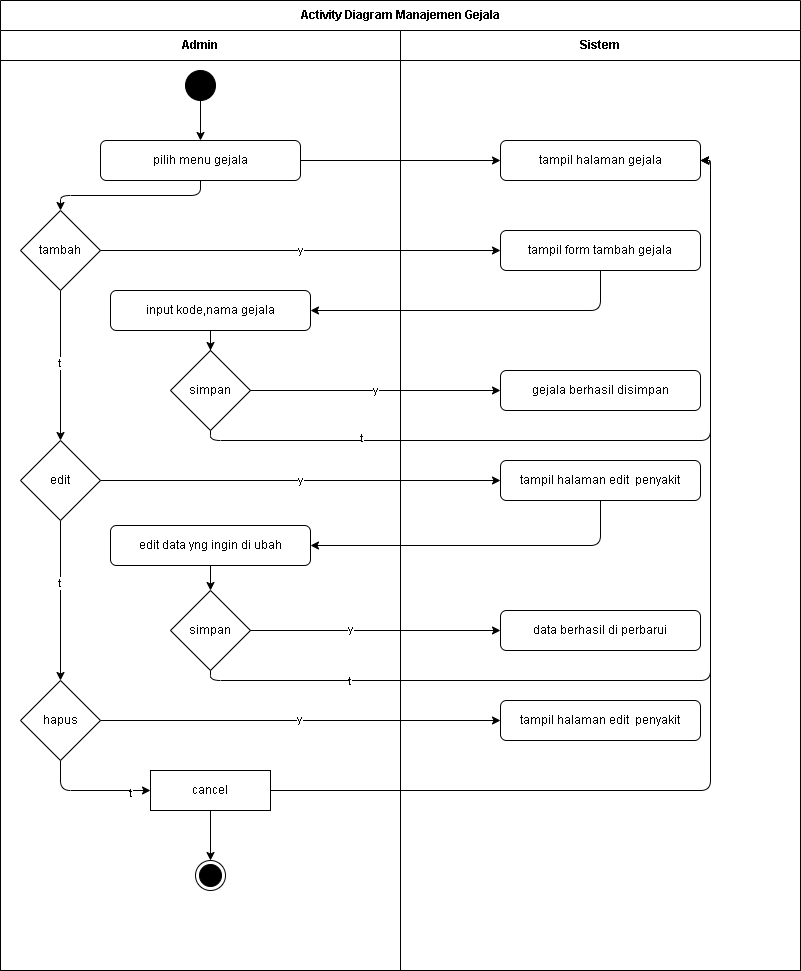
Above: diagram/Activity/admin_gejala.png in Jinsky/Jinsky (draw.io), before the change. Source tidied: cells renumbered, new cells last; positions are measured from the earlier drawing's top-left corner, leaving out a move shared by most shapes.
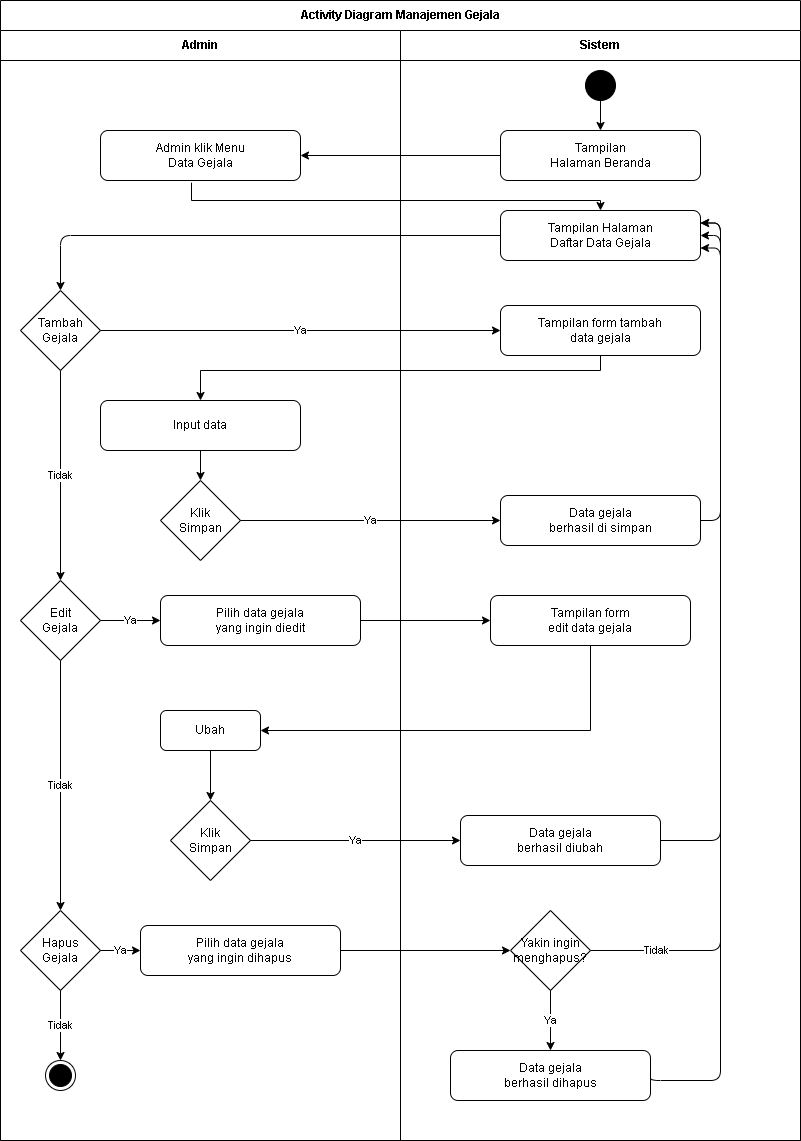
After the commit.

The edit, as a diff of the source:
```diff
@@ -2,161 +2,181 @@
   <root>
     <mxCell id="0" />
     <mxCell id="1" parent="0" />
-    <mxCell id="2" value="Activity Diagram Manajemen Gejala" style="swimlane;html=1;horizontal=1;startSize=30;whiteSpace=wrap;" parent="1" vertex="1">
-      <mxGeometry width="800" height="970" as="geometry" />
+    <mxCell id="2" value="Activity Diagram Manajemen Gejala" style="swimlane;html=1;horizontal=1;startSize=30;whiteSpace=wrap;fillColor=#ffffff;strokeColor=#000000;" parent="1" vertex="1">
+      <mxGeometry width="800" height="1140" as="geometry" />
     </mxCell>
-    <mxCell id="3" value="Admin" style="swimlane;html=1;startSize=30;whiteSpace=wrap;" parent="2" vertex="1">
-      <mxGeometry y="30" width="400" height="940" as="geometry" />
+    <mxCell id="3" value="Admin" style="swimlane;html=1;startSize=30;whiteSpace=wrap;fillColor=#ffffff;strokeColor=#000000;" parent="2" vertex="1">
+      <mxGeometry y="30" width="400" height="1110" as="geometry" />
     </mxCell>
-    <mxCell id="4" style="ellipse;whiteSpace=wrap;html=1;fillColor=#000000;" parent="3" vertex="1">
-      <mxGeometry x="185" y="40" width="30" height="30" as="geometry" />
-    </mxCell>
-    <mxCell id="5" value="pilih menu gejala" style="rounded=1;whiteSpace=wrap;html=1;" parent="3" vertex="1">
-      <mxGeometry x="100" y="110" width="200" height="40" as="geometry" />
-    </mxCell>
-    <mxCell id="6" style="edgeStyle=orthogonalEdgeStyle;html=1;entryX=0.5;entryY=0;entryDx=0;entryDy=0;exitX=0.5;exitY=1;exitDx=0;exitDy=0;" parent="3" edge="1" source="5" target="9">
-      <mxGeometry relative="1" as="geometry" />
-    </mxCell>
-    <mxCell id="7" style="edgeStyle=none;html=1;entryX=0.5;entryY=0;entryDx=0;entryDy=0;" parent="3" edge="1" source="9" target="14">
-      <mxGeometry relative="1" as="geometry" />
-    </mxCell>
-    <mxCell id="8" value="t" style="edgeLabel;html=1;align=center;verticalAlign=middle;" parent="7" vertex="1">
-      <mxGeometry x="-0.03" y="-1" relative="1" as="geometry" />
-    </mxCell>
+    <mxCell id="48" value="Admin klik Menu&#10;Data Gejala" style="rounded=1;whiteSpace=wrap;html=1;fillColor=#ffffff;strokeColor=#000000;" parent="3" vertex="1">
+      <mxGeometry x="100" y="100" width="200" height="50" as="geometry" />
+    </mxCell>
-    <mxCell id="9" value="tambah" style="rhombus;whiteSpace=wrap;html=1;" parent="3" vertex="1">
-      <mxGeometry x="20" y="180" width="80" height="80" as="geometry" />
+    <mxCell id="9" value="Tambah&#10;Gejala" style="rhombus;whiteSpace=wrap;html=1;fillColor=#ffffff;strokeColor=#000000;" parent="3" vertex="1">
+      <mxGeometry x="20" y="260" width="80" height="80" as="geometry" />
     </mxCell>
-    <mxCell id="10" value="input kode,nama gejala" style="rounded=1;whiteSpace=wrap;html=1;" parent="3" vertex="1">
-      <mxGeometry x="110" y="260" width="200" height="40" as="geometry" />
+    <mxCell id="10" value="Input data" style="rounded=1;whiteSpace=wrap;html=1;fillColor=#ffffff;strokeColor=#000000;" parent="3" vertex="1">
+      <mxGeometry x="100" y="370" width="200" height="50" as="geometry" />
     </mxCell>
-    <mxCell id="11" value="simpan" style="rhombus;whiteSpace=wrap;html=1;" parent="3" vertex="1">
-      <mxGeometry x="170" y="320" width="80" height="80" as="geometry" />
-    </mxCell>
-    <mxCell id="12" style="edgeStyle=none;html=1;entryX=0.5;entryY=0;entryDx=0;entryDy=0;" parent="3" edge="1" source="14" target="21">
-      <mxGeometry relative="1" as="geometry" />
-    </mxCell>
-    <mxCell id="13" value="t" style="edgeLabel;html=1;align=center;verticalAlign=middle;" parent="12" vertex="1">
-      <mxGeometry x="-0.22" y="-1" relative="1" as="geometry" />
-    </mxCell>
+    <mxCell id="49" value="Klik&#10;Simpan" style="rhombus;whiteSpace=wrap;html=1;fillColor=#ffffff;strokeColor=#000000;" parent="3" vertex="1">
+      <mxGeometry x="160" y="450" width="80" height="80" as="geometry" />
+    </mxCell>
+    <mxCell id="50" value="Edit&#10;Gejala" style="rhombus;whiteSpace=wrap;html=1;fillColor=#ffffff;strokeColor=#000000;" parent="3" vertex="1">
+      <mxGeometry x="20" y="550" width="80" height="80" as="geometry" />
+    </mxCell>
+    <mxCell id="51" value="Pilih data gejala&#10;yang ingin diedit" style="rounded=1;whiteSpace=wrap;html=1;fillColor=#ffffff;strokeColor=#000000;" parent="3" vertex="1">
+      <mxGeometry x="160" y="565" width="200" height="50" as="geometry" />
+    </mxCell>
+    <mxCell id="52" value="Ubah" style="rounded=1;whiteSpace=wrap;html=1;fillColor=#ffffff;strokeColor=#000000;" parent="3" vertex="1">
+      <mxGeometry x="160" y="680" width="100" height="40" as="geometry" />
+    </mxCell>
+    <mxCell id="53" value="Klik&#10;Simpan" style="rhombus;whiteSpace=wrap;html=1;fillColor=#ffffff;strokeColor=#000000;" parent="3" vertex="1">
+      <mxGeometry x="170" y="770" width="80" height="80" as="geometry" />
+    </mxCell>
-    <mxCell id="14" value="edit" style="rhombus;whiteSpace=wrap;html=1;" parent="3" vertex="1">
-      <mxGeometry x="20" y="410" width="80" height="80" as="geometry" />
+    <mxCell id="14" value="Hapus&#10;Gejala" style="rhombus;whiteSpace=wrap;html=1;fillColor=#ffffff;strokeColor=#000000;" parent="3" vertex="1">
+      <mxGeometry x="20" y="880" width="80" height="80" as="geometry" />
     </mxCell>
+    <mxCell id="54" value="Pilih data gejala&#10;yang ingin dihapus" style="rounded=1;whiteSpace=wrap;html=1;fillColor=#ffffff;strokeColor=#000000;" parent="3" vertex="1">
+      <mxGeometry x="140" y="895" width="200" height="50" as="geometry" />
+    </mxCell>
     <mxCell id="15" style="ellipse;html=1;shape=endState;fillColor=#000000;strokeColor=#000000;" parent="3" vertex="1">
-      <mxGeometry x="195" y="830" width="30" height="30" as="geometry" />
+      <mxGeometry x="45" y="1030" width="30" height="30" as="geometry" />
     </mxCell>
-    <mxCell id="16" value="simpan" style="rhombus;whiteSpace=wrap;html=1;" parent="3" vertex="1">
-      <mxGeometry x="170" y="560" width="80" height="80" as="geometry" />
-    </mxCell>
-    <mxCell id="17" style="edgeStyle=none;html=1;" parent="3" edge="1" source="18" target="16">
-      <mxGeometry relative="1" as="geometry" />
-    </mxCell>
+    <mxCell id="24" value="Sistem" style="swimlane;html=1;startSize=30;whiteSpace=wrap;fillColor=#ffffff;strokeColor=#000000;" parent="2" vertex="1">
+      <mxGeometry x="400" y="30" width="400" height="1110" as="geometry" />
+    </mxCell>
+    <mxCell id="4" style="ellipse;whiteSpace=wrap;html=1;fillColor=#000000;strokeColor=#000000;" parent="24" vertex="1">
+      <mxGeometry x="185" y="40" width="30" height="30" as="geometry" />
+    </mxCell>
+    <mxCell id="55" value="Tampilan&#10;Halaman Beranda" style="rounded=1;whiteSpace=wrap;html=1;fillColor=#ffffff;strokeColor=#000000;" parent="24" vertex="1">
+      <mxGeometry x="100" y="100" width="200" height="50" as="geometry" />
+    </mxCell>
+    <mxCell id="56" value="Tampilan Halaman&#10;Daftar Data Gejala" style="rounded=1;whiteSpace=wrap;html=1;fillColor=#ffffff;strokeColor=#000000;" parent="24" vertex="1">
+      <mxGeometry x="100" y="180" width="200" height="50" as="geometry" />
+    </mxCell>
+    <mxCell id="57" value="Tampilan form tambah&#10;data gejala" style="rounded=1;whiteSpace=wrap;html=1;fillColor=#ffffff;strokeColor=#000000;" parent="24" vertex="1">
+      <mxGeometry x="100" y="275" width="200" height="50" as="geometry" />
+    </mxCell>
+    <mxCell id="6" style="edgeStyle=orthogonalEdgeStyle;html=1;exitX=1;exitY=0.5;exitDx=0;exitDy=0;entryX=1;entryY=0.75;entryDx=0;entryDy=0;" parent="24" edge="1" source="27" target="56">
+      <mxGeometry relative="1" as="geometry">
+        <Array as="points">
+          <mxPoint x="320" y="490" />
+          <mxPoint x="320" y="218" />
+        </Array>
+      </mxGeometry>
+    </mxCell>
+    <mxCell id="27" value="Data gejala&#10;berhasil di simpan" style="rounded=1;whiteSpace=wrap;html=1;fillColor=#ffffff;strokeColor=#000000;" parent="24" vertex="1">
+      <mxGeometry x="100" y="465" width="200" height="50" as="geometry" />
+    </mxCell>
+    <mxCell id="58" value="Tampilan form&#10;edit data gejala" style="rounded=1;whiteSpace=wrap;html=1;fillColor=#ffffff;strokeColor=#000000;" parent="24" vertex="1">
+      <mxGeometry x="90" y="565" width="200" height="50" as="geometry" />
+    </mxCell>
+    <mxCell id="59" style="edgeStyle=orthogonalEdgeStyle;html=1;exitX=1;exitY=0.5;exitDx=0;exitDy=0;entryX=1;entryY=0.5;entryDx=0;entryDy=0;" parent="24" edge="1" source="60" target="56">
+      <mxGeometry relative="1" as="geometry">
+        <Array as="points">
+          <mxPoint x="320" y="810" />
+          <mxPoint x="320" y="205" />
+        </Array>
+      </mxGeometry>
+    </mxCell>
+    <mxCell id="60" value="Data gejala&#10;berhasil diubah" style="rounded=1;whiteSpace=wrap;html=1;fillColor=#ffffff;strokeColor=#000000;" parent="24" vertex="1">
+      <mxGeometry x="60" y="785" width="200" height="50" as="geometry" />
+    </mxCell>
-    <mxCell id="18" value="&lt;span style=&quot;color: rgb(0, 0, 0);&quot;&gt;edit data yng ingin di ubah&lt;/span&gt;" style="rounded=1;whiteSpace=wrap;html=1;" parent="3" vertex="1">
-      <mxGeometry x="110" y="495" width="200" height="40" as="geometry" />
+    <mxCell id="18" style="edgeStyle=orthogonalEdgeStyle;html=1;exitX=1;exitY=0.5;exitDx=0;exitDy=0;entryX=1;entryY=0.25;entryDx=0;entryDy=0;" parent="24" edge="1" source="62" target="56">
+      <mxGeometry relative="1" as="geometry">
+        <Array as="points">
+          <mxPoint x="320" y="920" />
+          <mxPoint x="320" y="193" />
+        </Array>
+      </mxGeometry>
     </mxCell>
-    <mxCell id="19" style="edgeStyle=orthogonalEdgeStyle;html=1;entryX=0;entryY=0.5;entryDx=0;entryDy=0;exitX=0.5;exitY=1;exitDx=0;exitDy=0;" parent="3" edge="1" source="21" target="23">
-      <mxGeometry relative="1" as="geometry" />
-    </mxCell>
-    <mxCell id="20" value="t" style="edgeLabel;html=1;align=center;verticalAlign=middle;" parent="19" vertex="1">
-      <mxGeometry x="0.66" y="-2" relative="1" as="geometry" />
-    </mxCell>
-    <mxCell id="21" value="hapus" style="rhombus;whiteSpace=wrap;html=1;" parent="3" vertex="1">
-      <mxGeometry x="20" y="650" width="80" height="80" as="geometry" />
-    </mxCell>
-    <mxCell id="22" style="edgeStyle=none;html=1;" parent="3" edge="1" source="23" target="15">
-      <mxGeometry relative="1" as="geometry" />
-    </mxCell>
-    <mxCell id="23" value="cancel" style="rounded=1;whiteSpace=wrap;html=1;arcSize=0;" parent="3" vertex="1">
-      <mxGeometry x="150" y="740" width="120" height="40" as="geometry" />
-    </mxCell>
-    <mxCell id="24" value="Sistem" style="swimlane;html=1;startSize=30;whiteSpace=wrap;" parent="2" vertex="1">
-      <mxGeometry x="400" y="30" width="400" height="940" as="geometry" />
-    </mxCell>
-    <mxCell id="25" value="tampil halaman gejala" style="rounded=1;whiteSpace=wrap;html=1;" parent="24" vertex="1">
-      <mxGeometry x="100" y="110" width="200" height="40" as="geometry" />
-    </mxCell>
-    <mxCell id="26" value="tampil form tambah gejala" style="rounded=1;whiteSpace=wrap;html=1;" parent="24" vertex="1">
-      <mxGeometry x="100" y="200" width="200" height="40" as="geometry" />
-    </mxCell>
-    <mxCell id="27" value="gejala berhasil disimpan" style="rounded=1;whiteSpace=wrap;html=1;" parent="24" vertex="1">
-      <mxGeometry x="100" y="340" width="200" height="40" as="geometry" />
-    </mxCell>
+    <mxCell id="61" value="Tidak" style="edgeLabel;html=1;align=center;verticalAlign=middle;" parent="18" vertex="1">
+      <mxGeometry x="-0.85" y="1" relative="1" as="geometry" />
+    </mxCell>
+    <mxCell id="62" value="Yakin ingin&#10;menghapus?" style="rhombus;whiteSpace=wrap;html=1;fillColor=#ffffff;strokeColor=#000000;" parent="24" vertex="1">
+      <mxGeometry x="110" y="880" width="80" height="80" as="geometry" />
+    </mxCell>
+    <mxCell id="63" style="edgeStyle=orthogonalEdgeStyle;html=1;exitX=1;exitY=0.5;exitDx=0;exitDy=0;entryX=1;entryY=0.25;entryDx=0;entryDy=0;" parent="24" edge="1" source="28" target="56">
+      <mxGeometry relative="1" as="geometry">
+        <Array as="points">
+          <mxPoint x="250" y="1050" />
+          <mxPoint x="320" y="1050" />
+          <mxPoint x="320" y="193" />
+        </Array>
+      </mxGeometry>
+    </mxCell>
-    <mxCell id="28" value="tampil halaman edit&amp;nbsp; penyakit" style="rounded=1;whiteSpace=wrap;html=1;" parent="24" vertex="1">
-      <mxGeometry x="100" y="430" width="200" height="40" as="geometry" />
+    <mxCell id="28" value="Data gejala&#10;berhasil dihapus" style="rounded=1;whiteSpace=wrap;html=1;fillColor=#ffffff;strokeColor=#000000;" parent="24" vertex="1">
+      <mxGeometry x="50" y="1020" width="200" height="50" as="geometry" />
     </mxCell>
-    <mxCell id="29" style="edgeStyle=orthogonalEdgeStyle;html=1;entryX=1;entryY=0.5;entryDx=0;entryDy=0;" parent="24" edge="1" source="11" target="25">
-      <mxGeometry relative="1" as="geometry">
-        <Array as="points">
-          <mxPoint x="310" y="410" />
-          <mxPoint x="310" y="130" />
-        </Array>
-      </mxGeometry>
-    </mxCell>
+    <mxCell id="64" style="edgeStyle=orthogonalEdgeStyle;rounded=0;jettySize=auto;html=1;strokeColor=#000000;exitX=0.455;exitY=1.044;exitDx=0;exitDy=0;exitPerimeter=0;" parent="2" edge="1" source="48" target="56">
+      <mxGeometry relative="1" as="geometry">
+        <Array as="points">
+          <mxPoint x="191" y="200" />
+          <mxPoint x="600" y="200" />
+        </Array>
+      </mxGeometry>
+    </mxCell>
-    <mxCell id="30" value="t" style="edgeLabel;html=1;align=center;verticalAlign=middle;" parent="29" vertex="1">
-      <mxGeometry x="-0.6" y="3" relative="1" as="geometry" />
+    <mxCell id="30" style="edgeStyle=orthogonalEdgeStyle;html=1;entryX=0.5;entryY=0;entryDx=0;entryDy=0;exitX=0;exitY=0.5;exitDx=0;exitDy=0;" parent="2" edge="1" source="56" target="9">
+      <mxGeometry relative="1" as="geometry" />
     </mxCell>
-    <mxCell id="31" value="data berhasil di perbarui" style="rounded=1;whiteSpace=wrap;html=1;" parent="24" vertex="1">
-      <mxGeometry x="100" y="580" width="200" height="40" as="geometry" />
-    </mxCell>
-    <mxCell id="32" value="tampil halaman edit&amp;nbsp; penyakit" style="rounded=1;whiteSpace=wrap;html=1;" parent="24" vertex="1">
-      <mxGeometry x="100" y="670" width="200" height="40" as="geometry" />
-    </mxCell>
-    <mxCell id="33" style="edgeStyle=orthogonalEdgeStyle;html=1;entryX=1;entryY=0.5;entryDx=0;entryDy=0;" parent="2" edge="1" source="26" target="10">
-      <mxGeometry relative="1" as="geometry">
-        <Array as="points">
-          <mxPoint x="600" y="310" />
-        </Array>
-      </mxGeometry>
-    </mxCell>
-    <mxCell id="34" style="edgeStyle=orthogonalEdgeStyle;html=1;entryX=1;entryY=0.5;entryDx=0;entryDy=0;" parent="2" edge="1" source="28" target="18">
-      <mxGeometry relative="1" as="geometry">
-        <Array as="points">
-          <mxPoint x="600" y="545" />
-        </Array>
-      </mxGeometry>
-    </mxCell>
-    <mxCell id="35" style="edgeStyle=none;html=1;entryX=0;entryY=0.5;entryDx=0;entryDy=0;" parent="2" edge="1" source="16" target="31">
-      <mxGeometry relative="1" as="geometry" />
-    </mxCell>
-    <mxCell id="36" value="y" style="edgeLabel;html=1;align=center;verticalAlign=middle;" parent="35" vertex="1">
-      <mxGeometry x="-0.21" y="2" relative="1" as="geometry" />
-    </mxCell>
-    <mxCell id="37" style="edgeStyle=orthogonalEdgeStyle;html=1;entryX=1;entryY=0.5;entryDx=0;entryDy=0;" parent="2" edge="1" source="16" target="25">
-      <mxGeometry relative="1" as="geometry">
-        <Array as="points">
-          <mxPoint x="710" y="680" />
-          <mxPoint x="710" y="160" />
-        </Array>
-      </mxGeometry>
-    </mxCell>
-    <mxCell id="38" value="t" style="edgeLabel;html=1;align=center;verticalAlign=middle;" parent="37" vertex="1">
-      <mxGeometry x="-0.71" relative="1" as="geometry" />
-    </mxCell>
-    <mxCell id="39" style="edgeStyle=none;html=1;entryX=0;entryY=0.5;entryDx=0;entryDy=0;" parent="2" edge="1" source="21" target="32">
-      <mxGeometry relative="1" as="geometry" />
-    </mxCell>
-    <mxCell id="40" value="y" style="edgeLabel;html=1;align=center;verticalAlign=middle;" parent="39" vertex="1">
-      <mxGeometry x="-0.01" y="2" relative="1" as="geometry" />
-    </mxCell>
-    <mxCell id="41" style="edgeStyle=orthogonalEdgeStyle;html=1;exitX=1;exitY=0.5;exitDx=0;exitDy=0;entryX=1;entryY=0.5;entryDx=0;entryDy=0;" parent="2" edge="1" source="23" target="25">
-      <mxGeometry relative="1" as="geometry" />
-    </mxCell>
-    <mxCell id="42" style="edgeStyle=orthogonalEdgeStyle;rounded=0;jettySize=auto;html=1;" parent="1" edge="1" source="4" target="5">
-      <mxGeometry relative="1" as="geometry" />
-    </mxCell>
-    <mxCell id="43" style="edgeStyle=orthogonalEdgeStyle;rounded=0;jettySize=auto;html=1;" parent="1" edge="1" source="5" target="25">
-      <mxGeometry relative="1" as="geometry" />
-    </mxCell>
-    <mxCell id="44" value="y" style="edgeStyle=orthogonalEdgeStyle;rounded=0;jettySize=auto;html=1;" parent="1" edge="1" source="9" target="26">
-      <mxGeometry relative="1" as="geometry" />
-    </mxCell>
-    <mxCell id="45" style="edgeStyle=orthogonalEdgeStyle;rounded=0;jettySize=auto;html=1;" parent="1" edge="1" source="10" target="11">
-      <mxGeometry relative="1" as="geometry" />
-    </mxCell>
-    <mxCell id="46" value="y" style="edgeStyle=orthogonalEdgeStyle;rounded=0;jettySize=auto;html=1;" parent="1" edge="1" source="11" target="27">
-      <mxGeometry relative="1" as="geometry" />
-    </mxCell>
-    <mxCell id="47" value="y" style="edgeStyle=orthogonalEdgeStyle;rounded=0;jettySize=auto;html=1;" parent="1" edge="1" source="14" target="28">
-      <mxGeometry relative="1" as="geometry" />
-    </mxCell>
+    <mxCell id="65" style="edgeStyle=orthogonalEdgeStyle;rounded=0;jettySize=auto;html=1;strokeColor=#000000;" parent="1" edge="1" source="4" target="55">
+      <mxGeometry relative="1" as="geometry" />
+    </mxCell>
+    <mxCell id="66" style="edgeStyle=orthogonalEdgeStyle;rounded=0;jettySize=auto;html=1;strokeColor=#000000;" parent="1" edge="1" source="55" target="48">
+      <mxGeometry relative="1" as="geometry" />
+    </mxCell>
+    <mxCell id="67" value="Ya" style="edgeStyle=orthogonalEdgeStyle;rounded=0;jettySize=auto;html=1;strokeColor=#000000;" parent="1" edge="1" source="9" target="57">
+      <mxGeometry relative="1" as="geometry" />
+    </mxCell>
+    <mxCell id="68" style="edgeStyle=orthogonalEdgeStyle;rounded=0;jettySize=auto;html=1;strokeColor=#000000;" parent="1" edge="1" source="57" target="10">
+      <mxGeometry relative="1" as="geometry">
+        <Array as="points">
+          <mxPoint x="600" y="370" />
+          <mxPoint x="200" y="370" />
+        </Array>
+      </mxGeometry>
+    </mxCell>
+    <mxCell id="69" style="edgeStyle=orthogonalEdgeStyle;rounded=0;jettySize=auto;html=1;strokeColor=#000000;" parent="1" edge="1" source="10" target="49">
+      <mxGeometry relative="1" as="geometry" />
+    </mxCell>
+    <mxCell id="70" value="Ya" style="edgeStyle=orthogonalEdgeStyle;rounded=0;jettySize=auto;html=1;strokeColor=#000000;" parent="1" edge="1" source="49" target="27">
+      <mxGeometry relative="1" as="geometry" />
+    </mxCell>
+    <mxCell id="71" value="Tidak" style="edgeStyle=orthogonalEdgeStyle;rounded=0;jettySize=auto;html=1;strokeColor=#000000;" parent="1" edge="1" source="9" target="50">
+      <mxGeometry relative="1" as="geometry" />
+    </mxCell>
+    <mxCell id="72" value="Ya" style="edgeStyle=orthogonalEdgeStyle;rounded=0;jettySize=auto;html=1;strokeColor=#000000;" parent="1" edge="1" source="50" target="51">
+      <mxGeometry relative="1" as="geometry" />
+    </mxCell>
+    <mxCell id="73" style="edgeStyle=orthogonalEdgeStyle;rounded=0;jettySize=auto;html=1;strokeColor=#000000;" parent="1" edge="1" source="51" target="58">
+      <mxGeometry relative="1" as="geometry" />
+    </mxCell>
+    <mxCell id="74" style="edgeStyle=orthogonalEdgeStyle;rounded=0;jettySize=auto;html=1;strokeColor=#000000;exitX=0.5;exitY=1;exitDx=0;exitDy=0;" parent="1" edge="1" source="58" target="52">
+      <mxGeometry relative="1" as="geometry">
+        <Array as="points">
+          <mxPoint x="590" y="730" />
+        </Array>
+      </mxGeometry>
+    </mxCell>
+    <mxCell id="75" style="edgeStyle=orthogonalEdgeStyle;rounded=0;jettySize=auto;html=1;strokeColor=#000000;" parent="1" edge="1" source="52" target="53">
+      <mxGeometry relative="1" as="geometry" />
+    </mxCell>
+    <mxCell id="76" value="Ya" style="edgeStyle=orthogonalEdgeStyle;rounded=0;jettySize=auto;html=1;strokeColor=#000000;" parent="1" edge="1" source="53" target="60">
+      <mxGeometry relative="1" as="geometry" />
+    </mxCell>
+    <mxCell id="77" value="Tidak" style="edgeStyle=orthogonalEdgeStyle;rounded=0;jettySize=auto;html=1;strokeColor=#000000;" parent="1" edge="1" source="50" target="14">
+      <mxGeometry relative="1" as="geometry" />
+    </mxCell>
+    <mxCell id="78" value="Ya" style="edgeStyle=orthogonalEdgeStyle;rounded=0;jettySize=auto;html=1;strokeColor=#000000;" parent="1" edge="1" source="14" target="54">
+      <mxGeometry relative="1" as="geometry" />
+    </mxCell>
+    <mxCell id="79" style="edgeStyle=orthogonalEdgeStyle;rounded=0;jettySize=auto;html=1;strokeColor=#000000;" parent="1" edge="1" source="54" target="62">
+      <mxGeometry relative="1" as="geometry" />
+    </mxCell>
+    <mxCell id="80" value="Ya" style="edgeStyle=orthogonalEdgeStyle;rounded=0;jettySize=auto;html=1;strokeColor=#000000;" parent="1" edge="1" source="62" target="28">
+      <mxGeometry relative="1" as="geometry" />
+    </mxCell>
+    <mxCell id="81" value="Tidak" style="edgeStyle=orthogonalEdgeStyle;rounded=0;jettySize=auto;html=1;strokeColor=#000000;" parent="1" edge="1" source="14" target="15">
+      <mxGeometry relative="1" as="geometry" />
+    </mxCell>
   </root>
 </mxGraphModel>
```
